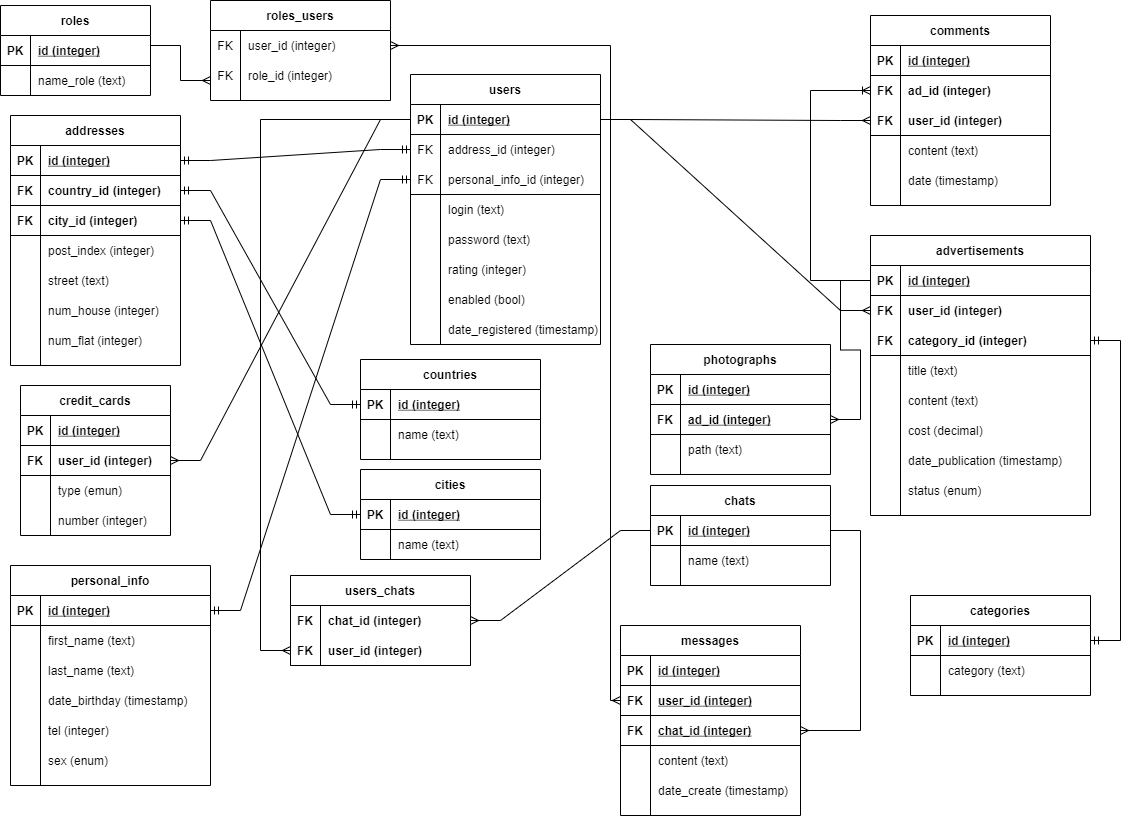
Earlier version of the draw.io export ER-diagram.png (ElisBuh/PrivateAdvertisements). Source tidied: cells renumbered, new cells last; positions are measured from the earlier drawing's top-left corner, leaving out a move shared by most shapes.
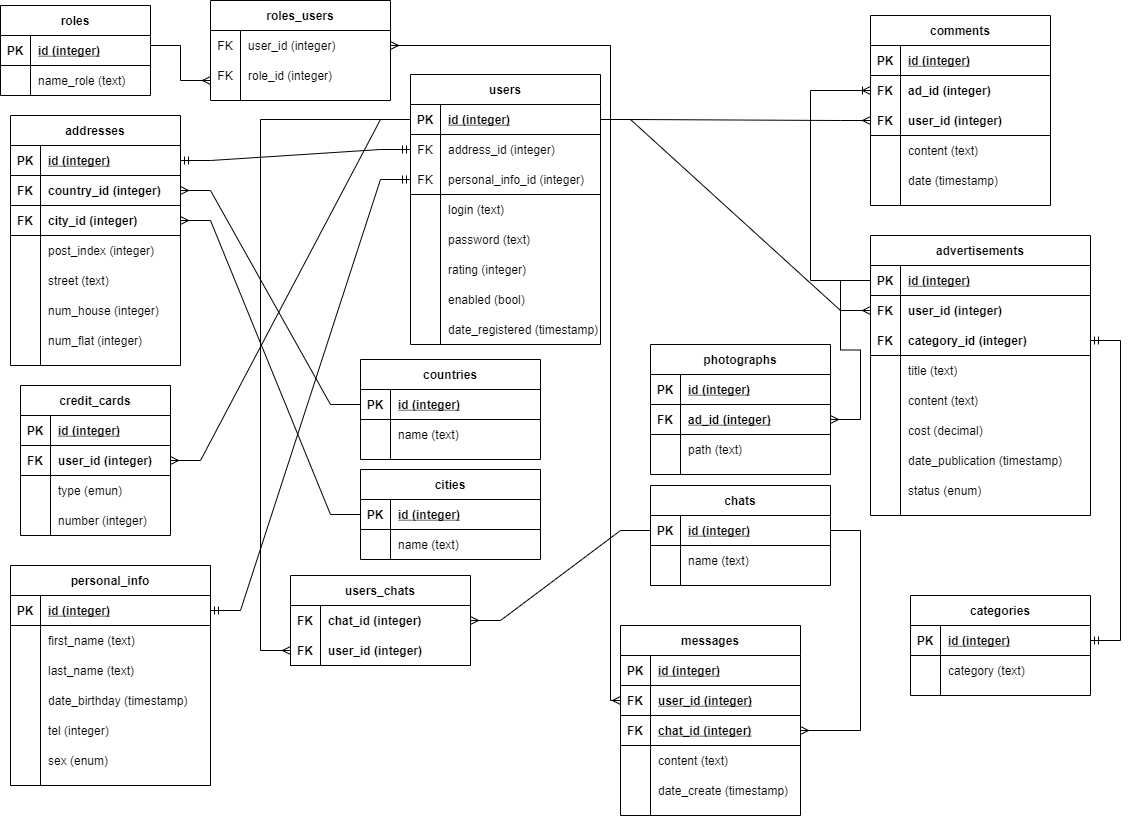
Above is the later version.

Commit message:
Add model and Sql-script

What changed in the source:
```diff
@@ -595,9 +595,6 @@
     <mxCell id="193" value="name (text)" style="shape=partialRectangle;fillColor=none;top=0;left=0;bottom=0;right=0;align=left;spacingLeft=6;overflow=hidden;" parent="191" vertex="1">
       <mxGeometry x="30" width="150" height="30" as="geometry" />
     </mxCell>
-    <mxCell id="194" style="edgeStyle=entityRelationEdgeStyle;fontSize=12;html=1;endArrow=ERmandOne;startArrow=ERmandOne;rounded=0;exitX=1;exitY=0.5;exitDx=0;exitDy=0;entryX=0;entryY=0.5;entryDx=0;entryDy=0;" parent="1" edge="1" source="41" target="196">
-      <mxGeometry relative="1" as="geometry" />
-    </mxCell>
     <mxCell id="195" value="cities" style="shape=table;startSize=30;rowLines=0;fontStyle=1;align=center;" parent="1" vertex="1">
       <mxGeometry x="360" y="469" width="180" height="90" as="geometry" />
     </mxCell>
@@ -619,9 +616,6 @@
     <mxCell id="201" value="name (text)" style="shape=partialRectangle;fillColor=none;top=0;left=0;bottom=0;right=0;align=left;spacingLeft=6;overflow=hidden;" parent="199" vertex="1">
       <mxGeometry x="30" width="150" height="30" as="geometry" />
     </mxCell>
-    <mxCell id="202" style="edgeStyle=entityRelationEdgeStyle;fontSize=12;html=1;endArrow=ERmandOne;startArrow=ERmandOne;rounded=0;exitX=1;exitY=0.5;exitDx=0;exitDy=0;entryX=0;entryY=0.5;entryDx=0;entryDy=0;" parent="1" edge="1" source="38" target="188">
-      <mxGeometry relative="1" as="geometry" />
-    </mxCell>
     <mxCell id="203" value="roles_users" style="shape=table;startSize=30;rowLines=0;fontStyle=1;align=center;" parent="1" vertex="1">
       <mxGeometry x="210" width="180" height="100" as="geometry" />
     </mxCell>
@@ -657,5 +651,11 @@
     <mxCell id="212" style="edgeStyle=entityRelationEdgeStyle;fontSize=12;html=1;endArrow=ERmandOne;startArrow=ERmandOne;rounded=0;entryX=0;entryY=0.5;entryDx=0;entryDy=0;exitX=1;exitY=0.5;exitDx=0;exitDy=0;" parent="1" edge="1" source="35" target="13">
       <mxGeometry relative="1" as="geometry" />
     </mxCell>
+    <mxCell id="213" style="edgeStyle=entityRelationEdgeStyle;fontSize=12;html=1;endArrow=ERmany;rounded=0;exitX=0;exitY=0.5;exitDx=0;exitDy=0;entryX=1;entryY=0.5;entryDx=0;entryDy=0;" parent="1" edge="1" source="188" target="38">
+      <mxGeometry relative="1" as="geometry" />
+    </mxCell>
+    <mxCell id="214" style="edgeStyle=entityRelationEdgeStyle;fontSize=12;html=1;endArrow=ERmany;rounded=0;exitX=0;exitY=0.5;exitDx=0;exitDy=0;entryX=1;entryY=0.5;entryDx=0;entryDy=0;" parent="1" edge="1" source="196" target="41">
+      <mxGeometry relative="1" as="geometry" />
+    </mxCell>
   </root>
 </mxGraphModel>
```
